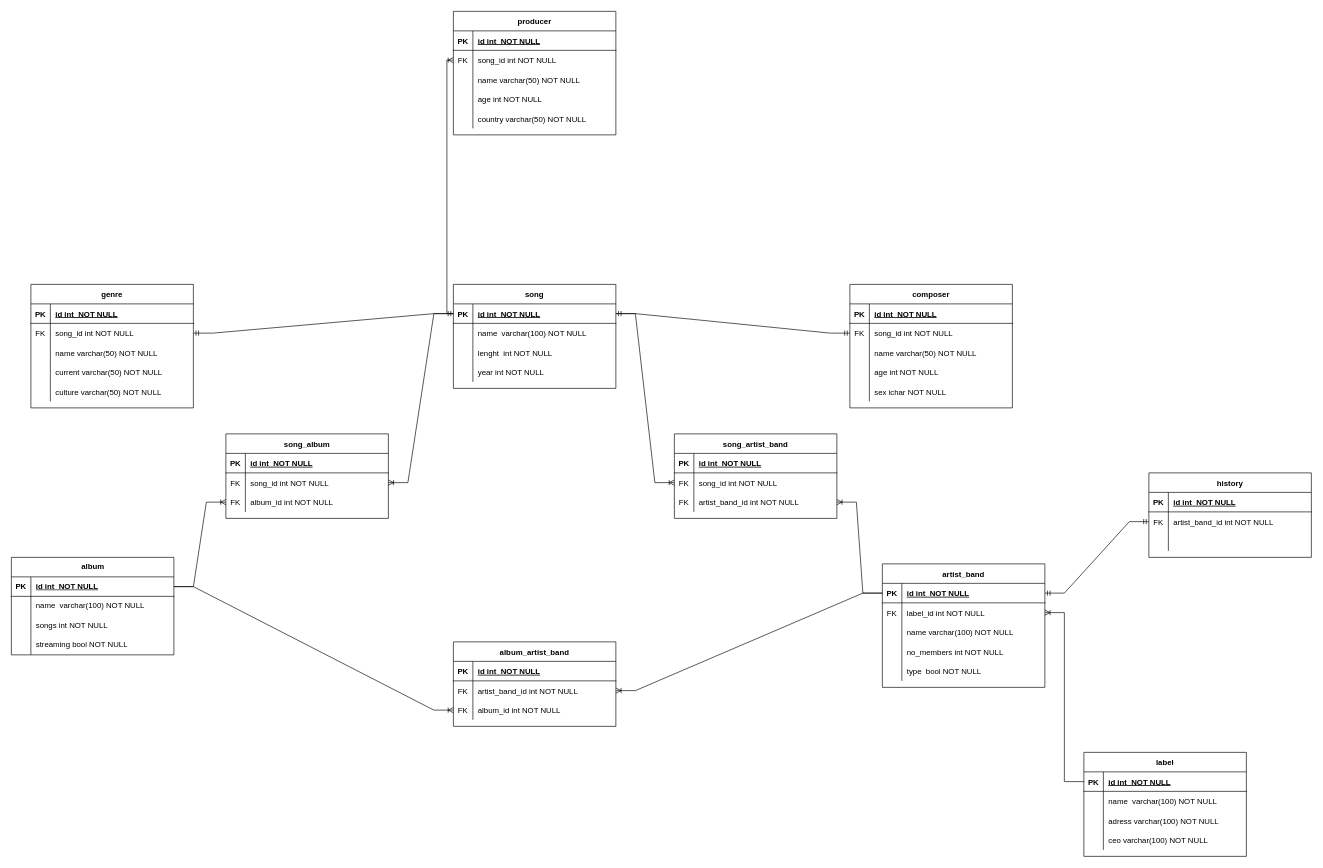
This is model_conceptual.drawio from vitorjurj/examen_sem1_db, a draw.io file, before an edit. Source tidied: cells renumbered, new cells numbered last; positions are measured from the earlier drawing's top-left corner, leaving out a move shared by most shapes. Both pictures are drawn from the tidied source at 65%, with x=0, y=0 at pixel (11, 11).
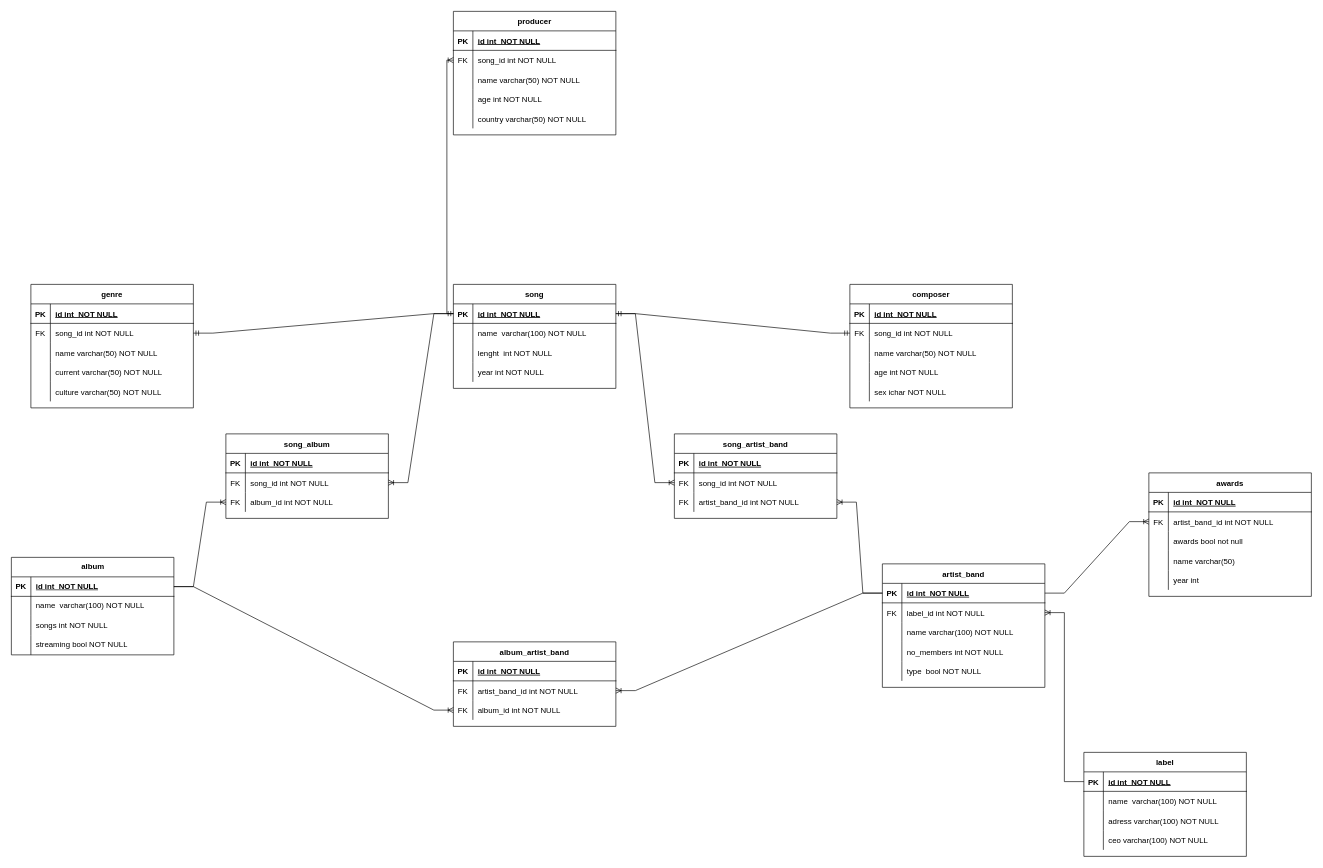
Above is the later version.

The change refers to these unchanged cells:
```xml
<mxCell id="13" style="shape=partialRectangle;fillColor=none;points=[[0,0.5],[1,0.5]];portConstraint=eastwest;top=0;left=0;right=0;bottom=1;" parent="12" vertex="1">
  <mxGeometry y="30" width="250" height="30" as="geometry" />
</mxCell>
<mxCell id="149" style="shape=partialRectangle;fillColor=none;points=[[0,0.5],[1,0.5]];portConstraint=eastwest;top=0;left=0;right=0;bottom=0;" parent="145" vertex="1">
  <mxGeometry y="60" width="250" height="30" as="geometry" />
</mxCell>
<mxCell id="152" style="shape=partialRectangle;fillColor=none;top=0;left=0;right=0;bottom=0;" parent="145" vertex="1">
  <mxGeometry y="90" width="250" height="30" as="geometry" />
</mxCell>
```

Change to the diagram source:
```diff
@@
-    <mxCell id="145" value="history" style="shape=table;startSize=30;childLayout=tableLayout;rowLines=0;fontStyle=1;align=center;" parent="1" vertex="1">
-      <mxGeometry x="1750" y="710" width="250" height="130" as="geometry" />
+    <mxCell id="145" value="awards" style="shape=table;startSize=30;childLayout=tableLayout;rowLines=0;fontStyle=1;align=center;" parent="1" vertex="1">
+      <mxGeometry x="1750" y="710" width="250" height="190" as="geometry" />
     </mxCell>
@@
-    <mxCell id="154" style="shape=partialRectangle;overflow=hidden;fillColor=none;top=0;left=0;bottom=0;right=0;align=left;spacingLeft=6;" parent="152" vertex="1">
+    <mxCell id="154" value="awards bool not null" style="shape=partialRectangle;overflow=hidden;fillColor=none;top=0;left=0;bottom=0;right=0;align=left;spacingLeft=6;" parent="152" vertex="1">
       <mxGeometry x="30" width="220" height="30" as="geometry" />
     </mxCell>
+    <mxCell id="156" style="shape=partialRectangle;fillColor=none;top=0;left=0;right=0;bottom=0;" parent="145" vertex="1">
+      <mxGeometry y="120" width="250" height="30" as="geometry" />
+    </mxCell>
+    <mxCell id="157" style="shape=partialRectangle;overflow=hidden;fillColor=none;top=0;left=0;bottom=0;right=0;" parent="156" vertex="1">
+      <mxGeometry width="30" height="30" as="geometry" />
+    </mxCell>
+    <mxCell id="158" value="name varchar(50) " style="shape=partialRectangle;overflow=hidden;fillColor=none;top=0;left=0;bottom=0;right=0;align=left;spacingLeft=6;" parent="156" vertex="1">
+      <mxGeometry x="30" width="220" height="30" as="geometry" />
+    </mxCell>
+    <mxCell id="159" style="shape=partialRectangle;fillColor=none;top=0;left=0;right=0;bottom=0;" parent="145" vertex="1">
+      <mxGeometry y="150" width="250" height="30" as="geometry" />
+    </mxCell>
+    <mxCell id="160" style="shape=partialRectangle;overflow=hidden;fillColor=none;top=0;left=0;bottom=0;right=0;" parent="159" vertex="1">
+      <mxGeometry width="30" height="30" as="geometry" />
+    </mxCell>
+    <mxCell id="161" value="year int" style="shape=partialRectangle;overflow=hidden;fillColor=none;top=0;left=0;bottom=0;right=0;align=left;spacingLeft=6;" parent="159" vertex="1">
+      <mxGeometry x="30" width="220" height="30" as="geometry" />
+    </mxCell>
-    <mxCell id="155" style="edgeStyle=entityRelationEdgeStyle;fontSize=12;html=1;endArrow=ERmandOne;startArrow=ERmandOne;rounded=0;exitX=1;exitY=0.5;exitDx=0;exitDy=0;entryX=0;entryY=0.5;entryDx=0;entryDy=0;" parent="1" edge="1" source="13" target="149">
+    <mxCell id="155" style="edgeStyle=entityRelationEdgeStyle;fontSize=12;html=1;endArrow=ERoneToMany;rounded=0;exitX=1;exitY=0.5;exitDx=0;exitDy=0;entryX=0;entryY=0.5;entryDx=0;entryDy=0;" parent="1" edge="1" source="13" target="149">
       <mxGeometry relative="1" as="geometry" />
     </mxCell>
```
